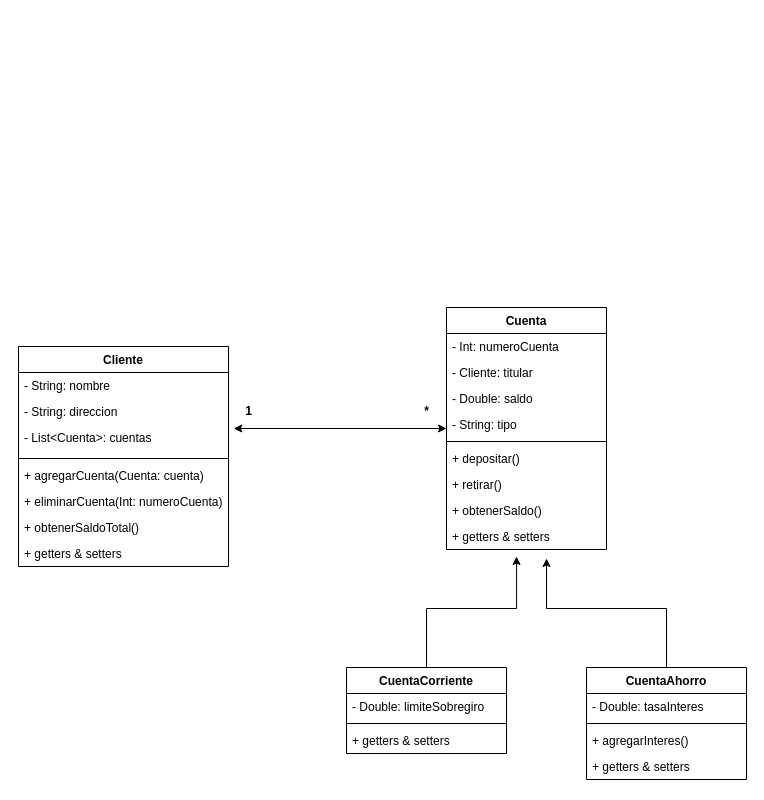
Gerardo-Rioss/Tp1-java keeps this draw.io diagram as Diagrama de clases - Sistema Bancario.drawio. Above is the earlier version. Source tidied: cells renumbered, new cells numbered last; positions are measured from the earlier drawing's top-left corner, leaving out a move shared by most shapes. Both pictures are drawn from the tidied source at 100%, with x=0, y=0 at pixel (18, 307).
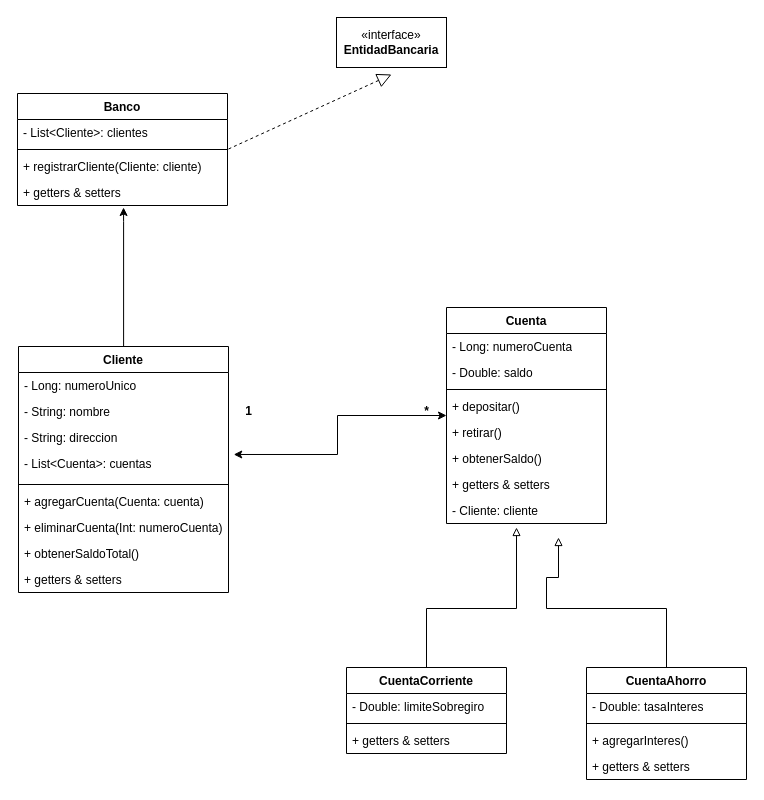
Above is the later version.

The change refers to these unchanged cells:
```xml
<mxCell id="21" value="CuentaAhorro" style="swimlane;fontStyle=1;align=center;verticalAlign=top;horizontal=1;startSize=26;whiteSpace=wrap;html=1;" parent="1" vertex="1">
  <mxGeometry x="568" y="360" width="160" height="112" as="geometry" />
</mxCell>
<mxCell id="26" value="CuentaCorriente" style="swimlane;fontStyle=1;align=center;verticalAlign=top;horizontal=1;startSize=26;whiteSpace=wrap;html=1;" parent="1" vertex="1">
  <mxGeometry x="328" y="360" width="160" height="86" as="geometry" />
</mxCell>
```

What changed in the source:
```diff
@@
     <mxCell id="2" value="Cliente&lt;br&gt;" style="swimlane;fontStyle=1;align=center;verticalAlign=top;horizontal=1;startSize=26;whiteSpace=wrap;html=1;" parent="1" vertex="1">
-      <mxGeometry y="39" width="210" height="220" as="geometry" />
+      <mxGeometry y="39" width="210" height="246" as="geometry" />
     </mxCell>
+    <mxCell id="35" value="- Long: numeroUnico" style="text;strokeColor=none;fillColor=none;align=left;verticalAlign=top;spacingLeft=4;spacingRight=4;overflow=hidden;whiteSpace=wrap;html=1;" parent="2" vertex="1">
+      <mxGeometry y="26" width="210" height="26" as="geometry" />
+    </mxCell>
     <mxCell id="3" value="- String: nombre&lt;br&gt;" style="text;strokeColor=none;fillColor=none;align=left;verticalAlign=top;spacingLeft=4;spacingRight=4;overflow=hidden;whiteSpace=wrap;html=1;" parent="2" vertex="1">
-      <mxGeometry y="26" width="210" height="26" as="geometry" />
+      <mxGeometry y="52" width="210" height="26" as="geometry" />
     </mxCell>
     <mxCell id="4" value="- String: direccion" style="text;strokeColor=none;fillColor=none;align=left;verticalAlign=top;spacingLeft=4;spacingRight=4;overflow=hidden;whiteSpace=wrap;html=1;" parent="2" vertex="1">
-      <mxGeometry y="52" width="210" height="26" as="geometry" />
+      <mxGeometry y="78" width="210" height="26" as="geometry" />
     </mxCell>
     <mxCell id="5" value="- List&amp;lt;Cuenta&amp;gt;: cuentas" style="text;strokeColor=none;fillColor=none;align=left;verticalAlign=top;spacingLeft=4;spacingRight=4;overflow=hidden;points=[[0,0.5],[1,0.5]];portConstraint=eastwest;whiteSpace=wrap;html=1;" parent="2" vertex="1">
-      <mxGeometry y="78" width="210" height="30" as="geometry" />
+      <mxGeometry y="104" width="210" height="30" as="geometry" />
     </mxCell>
     <mxCell id="6" style="line;strokeWidth=1;fillColor=none;align=left;verticalAlign=middle;spacingTop=-1;spacingLeft=3;spacingRight=3;labelPosition=right;strokeColor=inherit;" parent="2" vertex="1">
-      <mxGeometry y="108" width="210" height="8" as="geometry" />
+      <mxGeometry y="134" width="210" height="8" as="geometry" />
     </mxCell>
     <mxCell id="7" value="+ agregarCuenta(Cuenta: cuenta)" style="text;strokeColor=none;fillColor=none;align=left;verticalAlign=top;spacingLeft=4;spacingRight=4;overflow=hidden;whiteSpace=wrap;html=1;" parent="2" vertex="1">
-      <mxGeometry y="116" width="210" height="26" as="geometry" />
+      <mxGeometry y="142" width="210" height="26" as="geometry" />
     </mxCell>
     <mxCell id="8" value="+ eliminarCuenta(Int: numeroCuenta)" style="text;strokeColor=none;fillColor=none;align=left;verticalAlign=top;spacingLeft=4;spacingRight=4;overflow=hidden;whiteSpace=wrap;html=1;" parent="2" vertex="1">
-      <mxGeometry y="142" width="210" height="26" as="geometry" />
+      <mxGeometry y="168" width="210" height="26" as="geometry" />
     </mxCell>
     <mxCell id="9" value="+ obtenerSaldoTotal()" style="text;strokeColor=none;fillColor=none;align=left;verticalAlign=top;spacingLeft=4;spacingRight=4;overflow=hidden;whiteSpace=wrap;html=1;" parent="2" vertex="1">
-      <mxGeometry y="168" width="210" height="26" as="geometry" />
+      <mxGeometry y="194" width="210" height="26" as="geometry" />
     </mxCell>
     <mxCell id="10" value="+ getters &amp;amp; setters" style="text;strokeColor=none;fillColor=none;align=left;verticalAlign=top;spacingLeft=4;spacingRight=4;overflow=hidden;whiteSpace=wrap;html=1;" parent="2" vertex="1">
-      <mxGeometry y="194" width="210" height="26" as="geometry" />
+      <mxGeometry y="220" width="210" height="26" as="geometry" />
     </mxCell>
     <mxCell id="11" value="Cuenta" style="swimlane;fontStyle=1;align=center;verticalAlign=top;horizontal=1;startSize=26;whiteSpace=wrap;html=1;" parent="1" vertex="1">
-      <mxGeometry x="428" width="160" height="242" as="geometry" />
+      <mxGeometry x="428" width="160" height="216" as="geometry" />
     </mxCell>
-    <mxCell id="12" value="- Int: numeroCuenta" style="text;strokeColor=none;fillColor=none;align=left;verticalAlign=top;spacingLeft=4;spacingRight=4;overflow=hidden;whiteSpace=wrap;html=1;" parent="11" vertex="1">
+    <mxCell id="12" value="- Long: numeroCuenta" style="text;strokeColor=none;fillColor=none;align=left;verticalAlign=top;spacingLeft=4;spacingRight=4;overflow=hidden;whiteSpace=wrap;html=1;" parent="11" vertex="1">
       <mxGeometry y="26" width="160" height="26" as="geometry" />
     </mxCell>
-    <mxCell id="13" value="- Cliente: titular" style="text;strokeColor=none;fillColor=none;align=left;verticalAlign=top;spacingLeft=4;spacingRight=4;overflow=hidden;whiteSpace=wrap;html=1;" parent="11" vertex="1">
-      <mxGeometry y="52" width="160" height="26" as="geometry" />
-    </mxCell>
     <mxCell id="14" value="- Double: saldo" style="text;strokeColor=none;fillColor=none;align=left;verticalAlign=top;spacingLeft=4;spacingRight=4;overflow=hidden;whiteSpace=wrap;html=1;" parent="11" vertex="1">
-      <mxGeometry y="78" width="160" height="26" as="geometry" />
+      <mxGeometry y="52" width="160" height="26" as="geometry" />
     </mxCell>
-    <mxCell id="15" value="- String: tipo" style="text;strokeColor=none;fillColor=none;align=left;verticalAlign=top;spacingLeft=4;spacingRight=4;overflow=hidden;whiteSpace=wrap;html=1;" parent="11" vertex="1">
-      <mxGeometry y="104" width="160" height="26" as="geometry" />
-    </mxCell>
     <mxCell id="16" style="line;strokeWidth=1;fillColor=none;align=left;verticalAlign=middle;spacingTop=-1;spacingLeft=3;spacingRight=3;labelPosition=right;strokeColor=inherit;" parent="11" vertex="1">
-      <mxGeometry y="130" width="160" height="8" as="geometry" />
+      <mxGeometry y="78" width="160" height="8" as="geometry" />
     </mxCell>
     <mxCell id="17" value="+ depositar()" style="text;strokeColor=none;fillColor=none;align=left;verticalAlign=top;spacingLeft=4;spacingRight=4;overflow=hidden;whiteSpace=wrap;html=1;" parent="11" vertex="1">
-      <mxGeometry y="138" width="160" height="26" as="geometry" />
+      <mxGeometry y="86" width="160" height="26" as="geometry" />
     </mxCell>
     <mxCell id="18" value="+ retirar()" style="text;strokeColor=none;fillColor=none;align=left;verticalAlign=top;spacingLeft=4;spacingRight=4;overflow=hidden;whiteSpace=wrap;html=1;" parent="11" vertex="1">
-      <mxGeometry y="164" width="160" height="26" as="geometry" />
+      <mxGeometry y="112" width="160" height="26" as="geometry" />
     </mxCell>
     <mxCell id="19" value="+ obtenerSaldo()" style="text;strokeColor=none;fillColor=none;align=left;verticalAlign=top;spacingLeft=4;spacingRight=4;overflow=hidden;whiteSpace=wrap;html=1;" parent="11" vertex="1">
-      <mxGeometry y="190" width="160" height="26" as="geometry" />
+      <mxGeometry y="138" width="160" height="26" as="geometry" />
     </mxCell>
     <mxCell id="20" value="+ getters &amp;amp; setters" style="text;strokeColor=none;fillColor=none;align=left;verticalAlign=top;spacingLeft=4;spacingRight=4;overflow=hidden;points=[[0,0.5],[1,0.5]];portConstraint=eastwest;whiteSpace=wrap;html=1;" parent="11" vertex="1">
-      <mxGeometry y="216" width="160" height="26" as="geometry" />
+      <mxGeometry y="164" width="160" height="26" as="geometry" />
     </mxCell>
+    <mxCell id="13" value="- Cliente: cliente" style="text;strokeColor=none;fillColor=none;align=left;verticalAlign=top;spacingLeft=4;spacingRight=4;overflow=hidden;whiteSpace=wrap;html=1;" parent="11" vertex="1">
+      <mxGeometry y="190" width="160" height="26" as="geometry" />
+    </mxCell>
@@
-    <mxCell id="33" style="edgeStyle=orthogonalEdgeStyle;rounded=0;jettySize=auto;html=1;exitX=0.5;exitY=0;exitDx=0;exitDy=0;" parent="1" edge="1" source="21">
+    <mxCell id="33" style="edgeStyle=orthogonalEdgeStyle;rounded=0;jettySize=auto;html=1;exitX=0.5;exitY=0;exitDx=0;exitDy=0;endArrow=block;endFill=0;" parent="1" edge="1" source="21">
       <mxGeometry relative="1" as="geometry">
-        <mxPoint x="528" y="251" as="targetPoint" />
+        <mxPoint x="540" y="230" as="targetPoint" />
         <Array as="points">
           <mxPoint x="648" y="301" />
           <mxPoint x="528" y="301" />
+          <mxPoint x="528" y="270" />
+          <mxPoint x="540" y="270" />
         </Array>
       </mxGeometry>
     </mxCell>
-    <mxCell id="34" style="edgeStyle=orthogonalEdgeStyle;rounded=0;jettySize=auto;html=1;entryX=0.438;entryY=1.269;entryDx=0;entryDy=0;entryPerimeter=0;" parent="1" edge="1" source="26" target="20">
+    <mxCell id="34" style="edgeStyle=orthogonalEdgeStyle;rounded=0;jettySize=auto;html=1;endArrow=block;endFill=0;" parent="1" edge="1" source="26">
       <mxGeometry relative="1" as="geometry">
+        <mxPoint x="498" y="220" as="targetPoint" />
         <Array as="points">
           <mxPoint x="408" y="301" />
           <mxPoint x="498" y="301" />
         </Array>
       </mxGeometry>
     </mxCell>
+    <mxCell id="36" value="Banco" style="swimlane;fontStyle=1;align=center;verticalAlign=top;horizontal=1;startSize=26;whiteSpace=wrap;html=1;" parent="1" vertex="1">
+      <mxGeometry x="-1" y="-214" width="210" height="112" as="geometry" />
+    </mxCell>
+    <mxCell id="37" value="- List&amp;lt;Cliente&amp;gt;: clientes" style="text;strokeColor=none;fillColor=none;align=left;verticalAlign=top;spacingLeft=4;spacingRight=4;overflow=hidden;whiteSpace=wrap;html=1;" parent="36" vertex="1">
+      <mxGeometry y="26" width="210" height="26" as="geometry" />
+    </mxCell>
+    <mxCell id="38" style="line;strokeWidth=1;fillColor=none;align=left;verticalAlign=middle;spacingTop=-1;spacingLeft=3;spacingRight=3;labelPosition=right;strokeColor=inherit;" parent="36" vertex="1">
+      <mxGeometry y="52" width="210" height="8" as="geometry" />
+    </mxCell>
+    <mxCell id="39" value="+ registrarCliente(Cliente: cliente)" style="text;strokeColor=none;fillColor=none;align=left;verticalAlign=top;spacingLeft=4;spacingRight=4;overflow=hidden;whiteSpace=wrap;html=1;" parent="36" vertex="1">
+      <mxGeometry y="60" width="210" height="26" as="geometry" />
+    </mxCell>
+    <mxCell id="40" value="+ getters &amp;amp; setters" style="text;strokeColor=none;fillColor=none;align=left;verticalAlign=top;spacingLeft=4;spacingRight=4;overflow=hidden;points=[[0,0.5],[1,0.5]];portConstraint=eastwest;whiteSpace=wrap;html=1;" parent="36" vertex="1">
+      <mxGeometry y="86" width="210" height="26" as="geometry" />
+    </mxCell>
+    <mxCell id="41" style="edgeStyle=orthogonalEdgeStyle;rounded=0;jettySize=auto;html=1;entryX=0.505;entryY=1.077;entryDx=0;entryDy=0;entryPerimeter=0;" parent="1" edge="1" source="2" target="40">
+      <mxGeometry relative="1" as="geometry">
+        <Array as="points">
+          <mxPoint x="105" y="-86" />
+        </Array>
+      </mxGeometry>
+    </mxCell>
+    <mxCell id="42" value="«interface»&lt;br&gt;&lt;b&gt;EntidadBancaria&lt;/b&gt;" style="html=1;whiteSpace=wrap;" parent="1" vertex="1">
+      <mxGeometry x="318" y="-290" width="110" height="50" as="geometry" />
+    </mxCell>
+    <mxCell id="43" style="endArrow=block;dashed=1;endFill=0;endSize=12;html=1;rounded=0;entryX=0.5;entryY=1.14;entryDx=0;entryDy=0;entryPerimeter=0;" parent="1" edge="1" target="42">
+      <mxGeometry relative="1" as="geometry">
+        <mxPoint x="210" y="-158.5" as="sourcePoint" />
+      </mxGeometry>
+    </mxCell>
```
